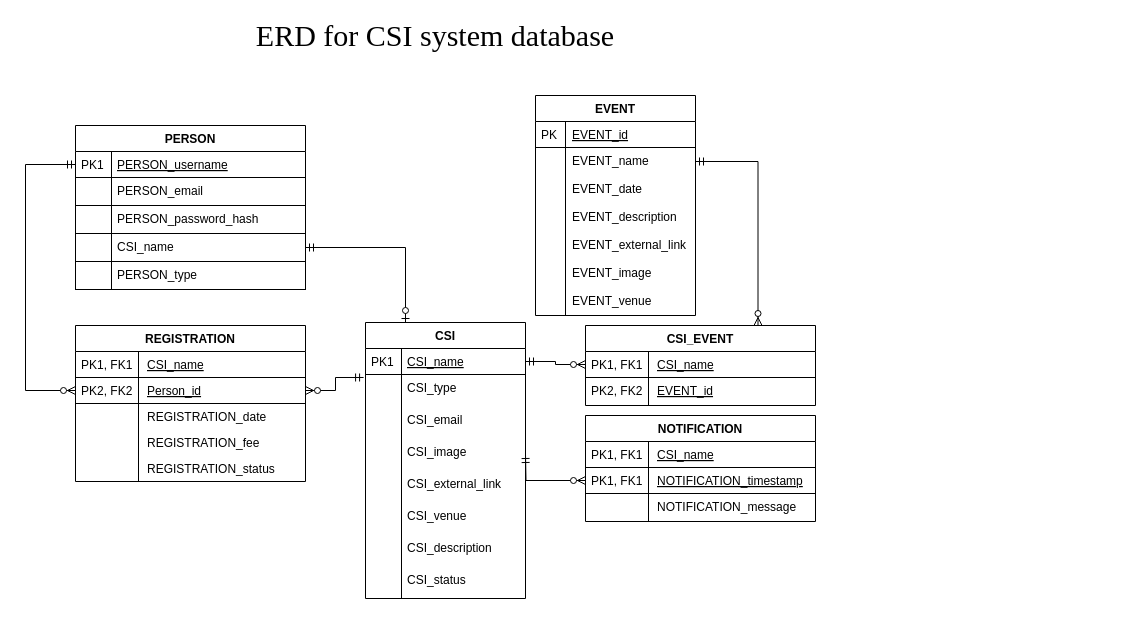
The draw.io diagram Diagrams/ERD.drawio in Makizoro/Overclock, before the edit. Source tidied: cells renumbered, new cells numbered last; positions are measured from the earlier drawing's top-left corner, leaving out a move shared by most shapes. Both pictures are drawn from the tidied source at 100%, with x=0, y=0 at pixel (25, 25).
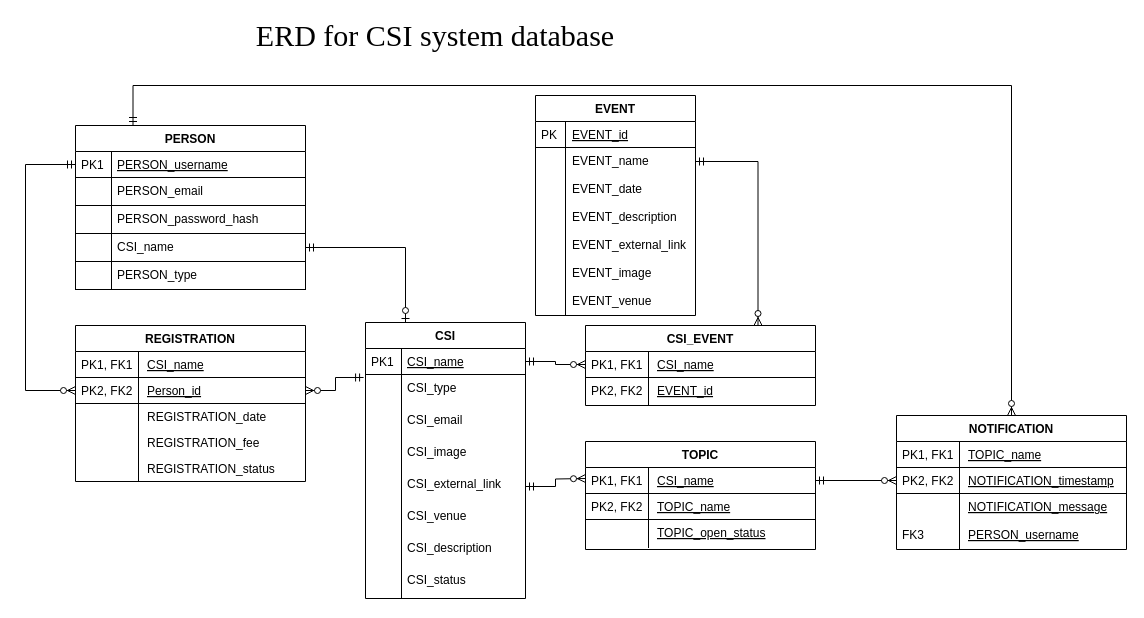
After the change.

The change refers to these unchanged cells:
```xml
<mxCell id="11" value="CSI_external_link" style="shape=partialRectangle;top=0;left=0;right=0;bottom=0;align=left;verticalAlign=top;fillColor=none;spacingLeft=40;spacingRight=4;overflow=hidden;points=[[0,0.5],[1,0.5]];portConstraint=eastwest;rounded=0;shadow=0;strokeWidth=1;" parent="2" vertex="1">
  <mxGeometry y="148" width="160" height="32" as="geometry" />
</mxCell>
<mxCell id="54" value="PERSON" style="swimlane;fontStyle=1;horizontal=1;startSize=26;rounded=0;shadow=0;strokeWidth=1;" parent="1" vertex="1">
  <mxGeometry x="50" y="100" width="230" height="164" as="geometry" />
</mxCell>
```

Diff of the diagram source:
```diff
@@
+    <mxCell id="75" style="edgeStyle=orthogonalEdgeStyle;rounded=0;jumpSize=0;jettySize=auto;html=1;exitX=0.25;exitY=0;exitDx=0;exitDy=0;entryX=0.5;entryY=0;entryDx=0;entryDy=0;startArrow=ERmandOne;startFill=0;endArrow=ERzeroToMany;endFill=1;" parent="1" edge="1" source="54" target="65">
+      <mxGeometry relative="1" as="geometry">
+        <Array as="points">
+          <mxPoint x="108" y="60" />
+          <mxPoint x="986" y="60" />
+        </Array>
+      </mxGeometry>
+    </mxCell>
@@
-    <mxCell id="65" value="NOTIFICATION" style="swimlane;fontStyle=1;horizontal=1;startSize=26;rounded=0;shadow=0;strokeWidth=1;" parent="1" vertex="1">
-      <mxGeometry x="560" y="390" width="230" height="106" as="geometry" />
-    </mxCell>
-    <mxCell id="66" value="CSI_name" style="shape=partialRectangle;top=0;left=0;right=0;bottom=1;align=left;verticalAlign=top;fillColor=none;spacingLeft=70;spacingRight=4;overflow=hidden;points=[[0,0.5],[1,0.5]];portConstraint=eastwest;rounded=0;shadow=0;strokeWidth=1;fontStyle=4;" parent="65" vertex="1">
-      <mxGeometry y="26" width="230" height="26" as="geometry" />
-    </mxCell>
-    <mxCell id="67" value="PK1, FK1" style="shape=partialRectangle;top=0;left=0;bottom=0;fillColor=none;align=left;verticalAlign=top;spacingLeft=4;spacingRight=4;overflow=hidden;" parent="66" vertex="1">
-      <mxGeometry width="63" height="26" as="geometry" />
-    </mxCell>
-    <mxCell id="68" value="NOTIFICATION_timestamp" style="shape=partialRectangle;top=0;left=0;right=0;bottom=1;align=left;verticalAlign=top;fillColor=none;spacingLeft=70;spacingRight=4;overflow=hidden;points=[[0,0.5],[1,0.5]];portConstraint=eastwest;rounded=0;shadow=0;strokeWidth=1;fontStyle=4;" parent="65" vertex="1">
-      <mxGeometry y="52" width="230" height="26" as="geometry" />
-    </mxCell>
-    <mxCell id="69" value="PK1, FK1" style="shape=partialRectangle;top=0;left=0;bottom=0;fillColor=none;align=left;verticalAlign=top;spacingLeft=4;spacingRight=4;overflow=hidden;" parent="68" vertex="1">
-      <mxGeometry width="63" height="26" as="geometry" />
-    </mxCell>
-    <mxCell id="70" value="NOTIFICATION_message" style="shape=partialRectangle;top=0;left=0;right=0;bottom=0;align=left;verticalAlign=top;fillColor=none;spacingLeft=70;spacingRight=4;overflow=hidden;rounded=0;shadow=0;strokeWidth=1;fontStyle=0;labelBorderColor=none;" parent="1" vertex="1">
-      <mxGeometry x="560" y="468" width="230" height="28" as="geometry" />
-    </mxCell>
-    <mxCell id="71" style="shape=partialRectangle;top=0;left=0;bottom=0;fillColor=none;align=left;verticalAlign=top;spacingLeft=4;spacingRight=4;overflow=hidden;" parent="70" vertex="1">
-      <mxGeometry width="63" height="28" as="geometry" />
-    </mxCell>
-    <mxCell id="72" style="edgeStyle=orthogonalEdgeStyle;rounded=0;jettySize=auto;html=1;exitX=0;exitY=0.5;exitDx=0;exitDy=0;entryX=1;entryY=0.5;entryDx=0;entryDy=0;endArrow=ERmandOne;endFill=0;startArrow=ERzeroToMany;startFill=1;" parent="1" edge="1" source="68">
-      <mxGeometry relative="1" as="geometry">
-        <mxPoint x="500" y="429" as="targetPoint" />
-      </mxGeometry>
-    </mxCell>
@@
+    <mxCell id="76" style="edgeStyle=orthogonalEdgeStyle;rounded=0;jettySize=auto;html=1;exitX=1;exitY=0.5;exitDx=0;exitDy=0;entryX=0;entryY=0.5;entryDx=0;entryDy=0;startArrow=ERmandOne;startFill=0;endArrow=ERzeroToMany;endFill=1;" parent="1" edge="1" source="11">
+      <mxGeometry relative="1" as="geometry">
+        <mxPoint x="560" y="453" as="targetPoint" />
+      </mxGeometry>
+    </mxCell>
+    <mxCell id="77" value="TOPIC" style="swimlane;fontStyle=1;horizontal=1;startSize=26;rounded=0;shadow=0;strokeWidth=1;" parent="1" vertex="1">
+      <mxGeometry x="560" y="416" width="230" height="108" as="geometry" />
+    </mxCell>
+    <mxCell id="66" value="CSI_name" style="shape=partialRectangle;top=0;left=0;right=0;bottom=1;align=left;verticalAlign=top;fillColor=none;spacingLeft=70;spacingRight=4;overflow=hidden;points=[[0,0.5],[1,0.5]];portConstraint=eastwest;rounded=0;shadow=0;strokeWidth=1;fontStyle=4;" parent="77" vertex="1">
+      <mxGeometry y="26" width="230" height="26" as="geometry" />
+    </mxCell>
+    <mxCell id="78" value="PK1, FK1" style="shape=partialRectangle;top=0;left=0;bottom=0;fillColor=none;align=left;verticalAlign=top;spacingLeft=4;spacingRight=4;overflow=hidden;" parent="66" vertex="1">
+      <mxGeometry width="63" height="26" as="geometry" />
+    </mxCell>
+    <mxCell id="79" value="TOPIC_name" style="shape=partialRectangle;top=0;left=0;right=0;bottom=1;align=left;verticalAlign=top;fillColor=none;spacingLeft=70;spacingRight=4;overflow=hidden;rounded=0;shadow=0;strokeWidth=1;fontStyle=4;" parent="77" vertex="1">
+      <mxGeometry y="52" width="230" height="26" as="geometry" />
+    </mxCell>
+    <mxCell id="80" value="PK2, FK2" style="shape=partialRectangle;top=0;left=0;bottom=0;fillColor=none;align=left;verticalAlign=top;spacingLeft=4;spacingRight=4;overflow=hidden;" parent="79" vertex="1">
+      <mxGeometry width="63" height="26" as="geometry" />
+    </mxCell>
+    <mxCell id="81" value="TOPIC_open_status" style="shape=partialRectangle;top=0;left=0;right=0;bottom=0;align=left;verticalAlign=top;fillColor=none;spacingLeft=70;spacingRight=4;overflow=hidden;rounded=0;shadow=0;strokeWidth=1;fontStyle=4;" parent="77" vertex="1">
+      <mxGeometry y="78" width="230" height="28" as="geometry" />
+    </mxCell>
+    <mxCell id="82" style="shape=partialRectangle;top=0;left=0;bottom=0;fillColor=none;align=left;verticalAlign=top;spacingLeft=4;spacingRight=4;overflow=hidden;" parent="81" vertex="1">
+      <mxGeometry width="63" height="28" as="geometry" />
+    </mxCell>
+    <mxCell id="65" value="NOTIFICATION" style="swimlane;fontStyle=1;horizontal=1;startSize=26;rounded=0;shadow=0;strokeWidth=1;" parent="1" vertex="1">
+      <mxGeometry x="871" y="390" width="230" height="134" as="geometry" />
+    </mxCell>
+    <mxCell id="83" value="TOPIC_name" style="shape=partialRectangle;top=0;left=0;right=0;bottom=1;align=left;verticalAlign=top;fillColor=none;spacingLeft=70;spacingRight=4;overflow=hidden;rounded=0;shadow=0;strokeWidth=1;fontStyle=4;" parent="65" vertex="1">
+      <mxGeometry y="26" width="230" height="26" as="geometry" />
+    </mxCell>
+    <mxCell id="84" value="PK1, FK1" style="shape=partialRectangle;top=0;left=0;bottom=0;fillColor=none;align=left;verticalAlign=top;spacingLeft=4;spacingRight=4;overflow=hidden;" parent="83" vertex="1">
+      <mxGeometry width="63" height="26" as="geometry" />
+    </mxCell>
+    <mxCell id="68" value="NOTIFICATION_timestamp" style="shape=partialRectangle;top=0;left=0;right=0;bottom=1;align=left;verticalAlign=top;fillColor=none;spacingLeft=70;spacingRight=4;overflow=hidden;points=[[0,0.5],[1,0.5]];portConstraint=eastwest;rounded=0;shadow=0;strokeWidth=1;fontStyle=4;" parent="65" vertex="1">
+      <mxGeometry y="52" width="230" height="26" as="geometry" />
+    </mxCell>
+    <mxCell id="85" value="PK2, FK2" style="shape=partialRectangle;top=0;left=0;bottom=0;fillColor=none;align=left;verticalAlign=top;spacingLeft=4;spacingRight=4;overflow=hidden;" parent="68" vertex="1">
+      <mxGeometry width="63" height="26" as="geometry" />
+    </mxCell>
+    <mxCell id="70" value="NOTIFICATION_message" style="shape=partialRectangle;top=0;left=0;right=0;bottom=0;align=left;verticalAlign=top;fillColor=none;spacingLeft=70;spacingRight=4;overflow=hidden;rounded=0;shadow=0;strokeWidth=1;fontStyle=4;" parent="65" vertex="1">
+      <mxGeometry y="78" width="230" height="28" as="geometry" />
+    </mxCell>
+    <mxCell id="86" style="shape=partialRectangle;top=0;left=0;bottom=0;fillColor=none;align=left;verticalAlign=top;spacingLeft=4;spacingRight=4;overflow=hidden;" parent="70" vertex="1">
+      <mxGeometry width="63" height="28" as="geometry" />
+    </mxCell>
+    <mxCell id="87" value="PERSON_username" style="shape=partialRectangle;top=0;left=0;right=0;bottom=0;align=left;verticalAlign=top;fillColor=none;spacingLeft=70;spacingRight=4;overflow=hidden;rounded=0;shadow=0;strokeWidth=1;fontStyle=4;" parent="65" vertex="1">
+      <mxGeometry y="106" width="230" height="28" as="geometry" />
+    </mxCell>
+    <mxCell id="88" value="FK3" style="shape=partialRectangle;top=0;left=0;bottom=0;fillColor=none;align=left;verticalAlign=top;spacingLeft=4;spacingRight=4;overflow=hidden;" parent="87" vertex="1">
+      <mxGeometry width="63" height="28" as="geometry" />
+    </mxCell>
+    <mxCell id="89" style="edgeStyle=orthogonalEdgeStyle;rounded=0;jumpSize=0;jettySize=auto;html=1;exitX=1;exitY=0.5;exitDx=0;exitDy=0;entryX=0;entryY=0.5;entryDx=0;entryDy=0;startArrow=ERmandOne;startFill=0;endArrow=ERzeroToMany;endFill=1;" parent="1" edge="1" source="66" target="68">
+      <mxGeometry relative="1" as="geometry" />
+    </mxCell>
```
